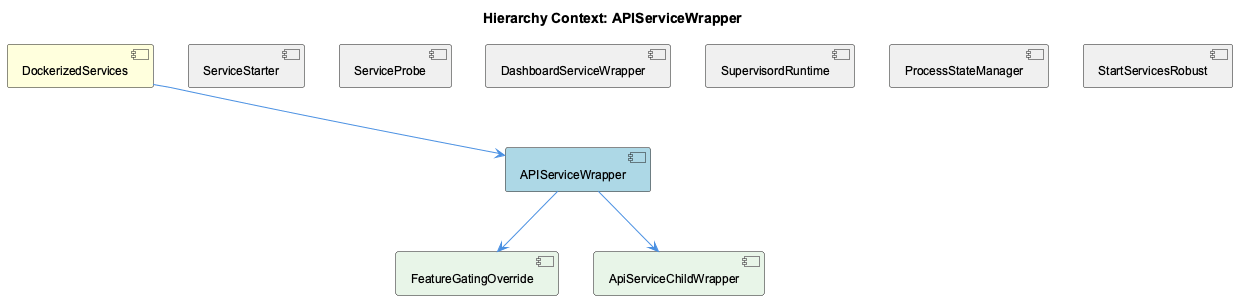
Before: knowledge-management/insights/images/apiservice-wrapper-relationship.png, a diagram exported from PlantUML (fwornle/coding).
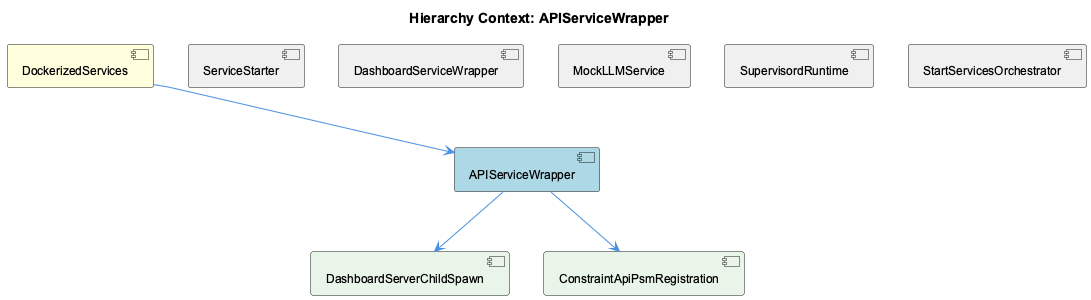
After the change.

What changed in the source:
```diff
@@ -6,22 +6,20 @@
 [DockerizedServices] as dockerized_services #FFFFDD
 [APIServiceWrapper] as apiservice_wrapper #LightBlue
 [ServiceStarter] as service_starter #F0F0F0
-[ServiceProbe] as service_probe #F0F0F0
 [DashboardServiceWrapper] as dashboard_service_wrapper #F0F0F0
+[MockLLMService] as mock_llmservice #F0F0F0
 [SupervisordRuntime] as supervisord_runtime #F0F0F0
-[ProcessStateManager] as process_state_manager #F0F0F0
-[StartServicesRobust] as start_services_robust #F0F0F0
-[FeatureGatingOverride] as feature_gating_override #E8F5E8
-[ApiServiceChildWrapper] as api_service_child_wrapper #E8F5E8
+[StartServicesOrchestrator] as start_services_orchestrator #F0F0F0
+[DashboardServerChildSpawn] as dashboard_server_child_spawn #E8F5E8
+[ConstraintApiPsmRegistration] as constraint_api_psm_registration #E8F5E8
 
 dockerized_services --> apiservice_wrapper
 service_starter -[hidden]- apiservice_wrapper
-service_probe -[hidden]- apiservice_wrapper
 dashboard_service_wrapper -[hidden]- apiservice_wrapper
+mock_llmservice -[hidden]- apiservice_wrapper
 supervisord_runtime -[hidden]- apiservice_wrapper
-process_state_manager -[hidden]- apiservice_wrapper
-start_services_robust -[hidden]- apiservice_wrapper
-apiservice_wrapper --> feature_gating_override
-apiservice_wrapper --> api_service_child_wrapper
+start_services_orchestrator -[hidden]- apiservice_wrapper
+apiservice_wrapper --> dashboard_server_child_spawn
+apiservice_wrapper --> constraint_api_psm_registration
 
 @enduml
```
